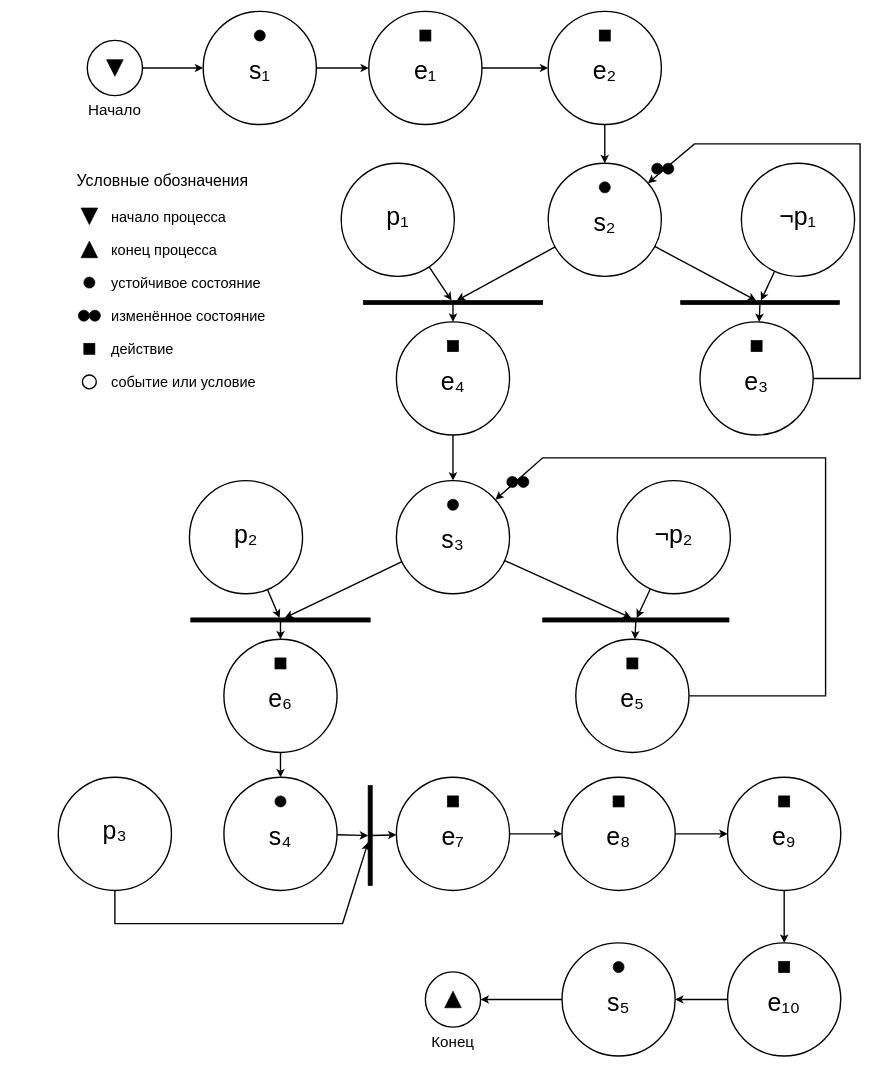
Earlier version of the draw.io diagram page "Краткая сеть" (2 of 2) of task00/petri.drawio (tr1ggered/web-programming). Source tidied: cells renumbered, new cells numbered last; positions are measured from the earlier drawing's top-left corner, leaving out a move shared by most shapes. Both pictures are drawn from the tidied source at 69%, with x=0, y=0 at pixel (11, 11).
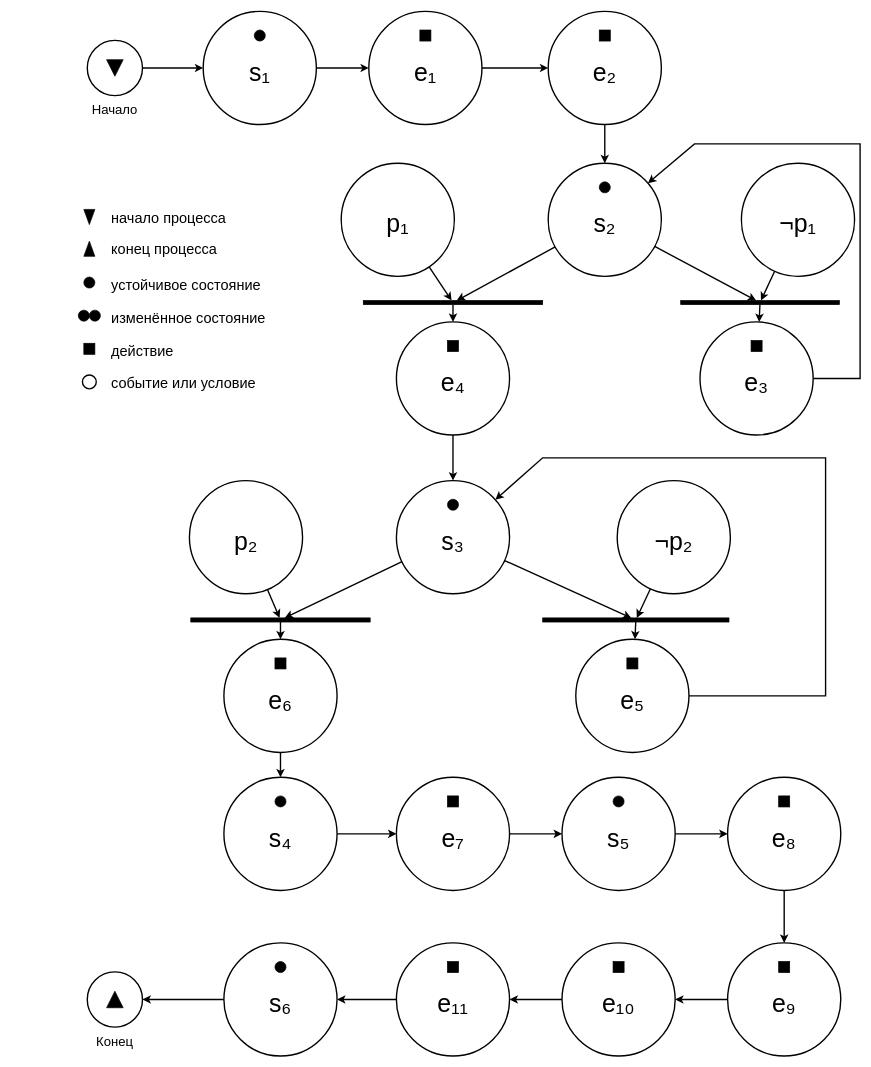
The same diagram, later.

The change refers to these unchanged cells:
```xml
<mxCell id="35" style="ellipse;whiteSpace=wrap;html=0;fillColor=#ffffff;strokeColor=#000000;strokeWidth=2;" parent="1" vertex="1">
  <mxGeometry x="110" y="42" width="80" height="80" as="geometry" />
</mxCell>
<mxCell id="38" style="ellipse;whiteSpace=wrap;html=0;fillColor=#ffffff;strokeColor=#000000;strokeWidth=2;" parent="1" vertex="1">
  <mxGeometry x="278" width="164" height="164" as="geometry" />
</mxCell>
<mxCell id="41" style="ellipse;whiteSpace=wrap;html=0;fillColor=#ffffff;strokeColor=#000000;strokeWidth=2;" parent="1" vertex="1">
  <mxGeometry x="518" width="164" height="164" as="geometry" />
</mxCell>
<mxCell id="44" style="ellipse;whiteSpace=wrap;html=0;fillColor=#ffffff;strokeColor=#000000;strokeWidth=2;" parent="1" vertex="1">
  <mxGeometry x="778" width="164" height="164" as="geometry" />
</mxCell>
<mxCell id="47" style="ellipse;whiteSpace=wrap;html=0;fillColor=#ffffff;strokeColor=#000000;strokeWidth=2;" parent="1" vertex="1">
  <mxGeometry x="778" y="220" width="164" height="164" as="geometry" />
</mxCell>
<mxCell id="50" style="ellipse;whiteSpace=wrap;html=0;fillColor=#ffffff;strokeColor=#000000;strokeWidth=2;" parent="1" vertex="1">
  <mxGeometry x="478" y="220" width="164" height="164" as="geometry" />
</mxCell>
<mxCell id="52" style="ellipse;whiteSpace=wrap;html=0;fillColor=#ffffff;strokeColor=#000000;strokeWidth=2;" parent="1" vertex="1">
  <mxGeometry x="1058" y="220" width="164" height="164" as="geometry" />
</mxCell>
<mxCell id="54" style="ellipse;whiteSpace=wrap;html=0;fillColor=#ffffff;strokeColor=#000000;strokeWidth=2;" parent="1" vertex="1">
  <mxGeometry x="998" y="450" width="164" height="164" as="geometry" />
</mxCell>
<mxCell id="57" style="ellipse;whiteSpace=wrap;html=0;fillColor=#ffffff;strokeColor=#000000;strokeWidth=2;" parent="1" vertex="1">
  <mxGeometry x="558" y="450" width="164" height="164" as="geometry" />
</mxCell>
<mxCell id="60" style="ellipse;whiteSpace=wrap;html=0;fillColor=#ffffff;strokeColor=#000000;strokeWidth=2;" parent="1" vertex="1">
  <mxGeometry x="558" y="680" width="164" height="164" as="geometry" />
</mxCell>
<mxCell id="63" style="ellipse;whiteSpace=wrap;html=0;fillColor=#ffffff;strokeColor=#000000;strokeWidth=2;" parent="1" vertex="1">
  <mxGeometry x="258" y="680" width="164" height="164" as="geometry" />
</mxCell>
<mxCell id="65" style="ellipse;whiteSpace=wrap;html=0;fillColor=#ffffff;strokeColor=#000000;strokeWidth=2;" parent="1" vertex="1">
  <mxGeometry x="878" y="680" width="164" height="164" as="geometry" />
</mxCell>
<mxCell id="67" style="ellipse;whiteSpace=wrap;html=0;fillColor=#ffffff;strokeColor=#000000;strokeWidth=2;" parent="1" vertex="1">
  <mxGeometry x="818" y="910" width="164" height="164" as="geometry" />
</mxCell>
<mxCell id="70" style="ellipse;whiteSpace=wrap;html=0;fillColor=#ffffff;strokeColor=#000000;strokeWidth=2;" parent="1" vertex="1">
  <mxGeometry x="308" y="910" width="164" height="164" as="geometry" />
</mxCell>
<mxCell id="73" style="ellipse;whiteSpace=wrap;html=0;fillColor=#ffffff;strokeColor=#000000;strokeWidth=2;" parent="1" vertex="1">
  <mxGeometry x="308" y="1110" width="164" height="164" as="geometry" />
</mxCell>
<mxCell id="78" style="ellipse;whiteSpace=wrap;html=0;fillColor=#ffffff;strokeColor=#000000;strokeWidth=2;" parent="1" vertex="1">
  <mxGeometry x="558" y="1110" width="164" height="164" as="geometry" />
</mxCell>
```

Diff of the diagram source:
```diff
@@
-    <mxCell id="22" style="edgeStyle=none;rounded=0;html=0;endArrow=classic;endFill=1;strokeColor=#000000;strokeWidth=2;" parent="1" edge="1" source="73" target="34">
+    <mxCell id="22" style="edgeStyle=none;rounded=0;html=0;endArrow=classic;endFill=1;strokeColor=#000000;strokeWidth=2;" parent="1" edge="1" source="73" target="78">
       <mxGeometry relative="1" as="geometry" />
     </mxCell>
-    <mxCell id="23" style="edgeStyle=none;rounded=0;html=0;endArrow=classic;endFill=1;strokeColor=#000000;strokeWidth=2;" parent="1" edge="1" source="76" target="34">
-      <mxGeometry relative="1" as="geometry">
-        <Array as="points">
-          <mxPoint x="150" y="1322" />
-          <mxPoint x="480" y="1322" />
-        </Array>
-      </mxGeometry>
+    <mxCell id="23" style="edgeStyle=none;rounded=0;html=0;endArrow=classic;endFill=1;strokeColor=#000000;strokeWidth=2;" parent="1" edge="1" source="78" target="90">
+      <mxGeometry relative="1" as="geometry" />
     </mxCell>
-    <mxCell id="24" style="edgeStyle=none;rounded=0;html=0;endArrow=classic;endFill=1;strokeColor=#000000;strokeWidth=2;" parent="1" edge="1" source="34" target="78">
+    <mxCell id="24" style="edgeStyle=none;rounded=0;html=0;endArrow=classic;endFill=1;strokeColor=#000000;strokeWidth=2;" parent="1" edge="1" source="90" target="81">
       <mxGeometry relative="1" as="geometry" />
     </mxCell>
-    <mxCell id="25" style="edgeStyle=none;rounded=0;html=0;endArrow=classic;endFill=1;strokeColor=#000000;strokeWidth=2;" parent="1" edge="1" source="78" target="81">
+    <mxCell id="25" style="edgeStyle=none;rounded=0;html=0;endArrow=classic;endFill=1;strokeColor=#000000;strokeWidth=2;" parent="1" edge="1" source="81" target="84">
       <mxGeometry relative="1" as="geometry" />
     </mxCell>
-    <mxCell id="26" style="edgeStyle=none;rounded=0;html=0;endArrow=classic;endFill=1;strokeColor=#000000;strokeWidth=2;" parent="1" edge="1" source="81" target="84">
+    <mxCell id="26" style="edgeStyle=none;rounded=0;html=0;endArrow=classic;endFill=1;strokeColor=#000000;strokeWidth=2;" parent="1" edge="1" source="84" target="87">
       <mxGeometry relative="1" as="geometry" />
     </mxCell>
-    <mxCell id="27" style="edgeStyle=none;rounded=0;html=0;endArrow=classic;endFill=1;strokeColor=#000000;strokeWidth=2;" parent="1" edge="1" source="84" target="87">
+    <mxCell id="27" style="edgeStyle=none;rounded=0;html=0;endArrow=classic;endFill=1;strokeColor=#000000;strokeWidth=2;" parent="1" edge="1" source="87" target="119">
       <mxGeometry relative="1" as="geometry" />
     </mxCell>
-    <mxCell id="28" style="edgeStyle=none;rounded=0;html=0;endArrow=classic;endFill=1;strokeColor=#000000;strokeWidth=2;" parent="1" edge="1" source="87" target="90">
+    <mxCell id="28" style="edgeStyle=none;rounded=0;html=0;endArrow=classic;endFill=1;strokeColor=#000000;strokeWidth=2;" parent="1" edge="1" source="119" target="122">
       <mxGeometry relative="1" as="geometry" />
     </mxCell>
-    <mxCell id="29" style="edgeStyle=none;rounded=0;html=0;endArrow=classic;endFill=1;strokeColor=#000000;strokeWidth=2;" parent="1" edge="1" source="90" target="93">
+    <mxCell id="29" style="edgeStyle=none;rounded=0;html=0;endArrow=classic;endFill=1;strokeColor=#000000;strokeWidth=2;" parent="1" edge="1" source="122" target="93">
       <mxGeometry relative="1" as="geometry" />
     </mxCell>
@@
-    <mxCell id="34" style="fillColor=#000000;strokeColor=#000000;" parent="1" vertex="1">
-      <mxGeometry x="517" y="1122" width="6" height="145" as="geometry" />
-    </mxCell>
@@
-    <mxCell id="37" value="Начало" style="text;html=0;align=center;verticalAlign=middle;fontFamily=Arial;fontSize=22;fontColor=#000000;spacing=0;" parent="35" vertex="1">
+    <mxCell id="37" value="Начало" style="text;html=0;align=center;verticalAlign=middle;fontFamily=Arial;fontSize=19;fontColor=#000000;spacing=0;" parent="35" vertex="1">
       <mxGeometry x="-110" y="85" width="300" height="27.5" as="geometry" />
     </mxCell>
@@
-    <mxCell id="39" style="ellipse;fillColor=#000000;strokeColor=#000000;" parent="38" vertex="1">
-      <mxGeometry x="74" y="27" width="16" height="16" as="geometry" />
-    </mxCell>
+    <mxCell id="114" style="ellipse;fillColor=#000000;strokeColor=#000000;" parent="38" vertex="1">
+      <mxGeometry x="74" y="27" width="16" height="16" as="geometry" />
+    </mxCell>
     <mxCell id="40" value="s₁" style="text;html=0;align=center;verticalAlign=middle;fontFamily=Arial;fontSize=36;fontColor=#000000;spacing=0;" parent="38" vertex="1">
-      <mxGeometry x="-8" y="59" width="180" height="45" as="geometry" />
+      <mxGeometry x="-8" y="72" width="180" height="23.8" as="geometry" />
     </mxCell>
@@
     <mxCell id="43" value="e₁" style="text;html=0;align=center;verticalAlign=middle;fontFamily=Arial;fontSize=36;fontColor=#000000;spacing=0;" parent="41" vertex="1">
-      <mxGeometry x="-8" y="59" width="180" height="45" as="geometry" />
+      <mxGeometry x="-8" y="72" width="180" height="23.8" as="geometry" />
     </mxCell>
@@
     <mxCell id="46" value="e₂" style="text;html=0;align=center;verticalAlign=middle;fontFamily=Arial;fontSize=36;fontColor=#000000;spacing=0;" parent="44" vertex="1">
-      <mxGeometry x="-8" y="59" width="180" height="45" as="geometry" />
+      <mxGeometry x="-8" y="72" width="180" height="23.8" as="geometry" />
     </mxCell>
@@
-    <mxCell id="48" style="ellipse;fillColor=#000000;strokeColor=#000000;" parent="47" vertex="1">
-      <mxGeometry x="74" y="27" width="16" height="16" as="geometry" />
-    </mxCell>
+    <mxCell id="115" style="ellipse;fillColor=#000000;strokeColor=#000000;" parent="47" vertex="1">
+      <mxGeometry x="74" y="27" width="16" height="16" as="geometry" />
+    </mxCell>
     <mxCell id="49" value="s₂" style="text;html=0;align=center;verticalAlign=middle;fontFamily=Arial;fontSize=36;fontColor=#000000;spacing=0;" parent="47" vertex="1">
-      <mxGeometry x="-8" y="59" width="180" height="45" as="geometry" />
+      <mxGeometry x="-8" y="72" width="180" height="23.8" as="geometry" />
     </mxCell>
@@
     <mxCell id="51" value="p₁" style="text;html=0;align=center;verticalAlign=middle;fontFamily=Arial;fontSize=36;fontColor=#000000;spacing=0;" parent="50" vertex="1">
-      <mxGeometry x="-8" y="51" width="180" height="45" as="geometry" />
+      <mxGeometry x="-8" y="72" width="180" height="23.8" as="geometry" />
     </mxCell>
@@
     <mxCell id="53" value="¬p₁" style="text;html=0;align=center;verticalAlign=middle;fontFamily=Arial;fontSize=36;fontColor=#000000;spacing=0;" parent="52" vertex="1">
-      <mxGeometry x="-8" y="51" width="180" height="45" as="geometry" />
+      <mxGeometry x="-8" y="72" width="180" height="23.8" as="geometry" />
     </mxCell>
@@
     <mxCell id="56" value="e₃" style="text;html=0;align=center;verticalAlign=middle;fontFamily=Arial;fontSize=36;fontColor=#000000;spacing=0;" parent="54" vertex="1">
-      <mxGeometry x="-8" y="59" width="180" height="45" as="geometry" />
+      <mxGeometry x="-8" y="72" width="180" height="23.8" as="geometry" />
     </mxCell>
@@
     <mxCell id="59" value="e₄" style="text;html=0;align=center;verticalAlign=middle;fontFamily=Arial;fontSize=36;fontColor=#000000;spacing=0;" parent="57" vertex="1">
-      <mxGeometry x="-8" y="59" width="180" height="45" as="geometry" />
+      <mxGeometry x="-8" y="72" width="180" height="23.8" as="geometry" />
     </mxCell>
@@
-    <mxCell id="61" style="ellipse;fillColor=#000000;strokeColor=#000000;" parent="60" vertex="1">
-      <mxGeometry x="74" y="27" width="16" height="16" as="geometry" />
-    </mxCell>
+    <mxCell id="116" style="ellipse;fillColor=#000000;strokeColor=#000000;" parent="60" vertex="1">
+      <mxGeometry x="74" y="27" width="16" height="16" as="geometry" />
+    </mxCell>
     <mxCell id="62" value="s₃" style="text;html=0;align=center;verticalAlign=middle;fontFamily=Arial;fontSize=36;fontColor=#000000;spacing=0;" parent="60" vertex="1">
-      <mxGeometry x="-8" y="59" width="180" height="45" as="geometry" />
+      <mxGeometry x="-8" y="72" width="180" height="23.8" as="geometry" />
     </mxCell>
@@
     <mxCell id="64" value="p₂" style="text;html=0;align=center;verticalAlign=middle;fontFamily=Arial;fontSize=36;fontColor=#000000;spacing=0;" parent="63" vertex="1">
-      <mxGeometry x="-8" y="51" width="180" height="45" as="geometry" />
+      <mxGeometry x="-8" y="72" width="180" height="23.8" as="geometry" />
     </mxCell>
@@
     <mxCell id="66" value="¬p₂" style="text;html=0;align=center;verticalAlign=middle;fontFamily=Arial;fontSize=36;fontColor=#000000;spacing=0;" parent="65" vertex="1">
-      <mxGeometry x="-8" y="51" width="180" height="45" as="geometry" />
+      <mxGeometry x="-8" y="72" width="180" height="23.8" as="geometry" />
     </mxCell>
@@
     <mxCell id="69" value="e₅" style="text;html=0;align=center;verticalAlign=middle;fontFamily=Arial;fontSize=36;fontColor=#000000;spacing=0;" parent="67" vertex="1">
-      <mxGeometry x="-8" y="59" width="180" height="45" as="geometry" />
+      <mxGeometry x="-8" y="72" width="180" height="23.8" as="geometry" />
     </mxCell>
@@
     <mxCell id="72" value="e₆" style="text;html=0;align=center;verticalAlign=middle;fontFamily=Arial;fontSize=36;fontColor=#000000;spacing=0;" parent="70" vertex="1">
-      <mxGeometry x="-8" y="59" width="180" height="45" as="geometry" />
+      <mxGeometry x="-8" y="72" width="180" height="23.8" as="geometry" />
     </mxCell>
@@
-    <mxCell id="74" style="ellipse;fillColor=#000000;strokeColor=#000000;" parent="73" vertex="1">
-      <mxGeometry x="74" y="27" width="16" height="16" as="geometry" />
-    </mxCell>
+    <mxCell id="117" style="ellipse;fillColor=#000000;strokeColor=#000000;" parent="73" vertex="1">
+      <mxGeometry x="74" y="27" width="16" height="16" as="geometry" />
+    </mxCell>
     <mxCell id="75" value="s₄" style="text;html=0;align=center;verticalAlign=middle;fontFamily=Arial;fontSize=36;fontColor=#000000;spacing=0;" parent="73" vertex="1">
-      <mxGeometry x="-8" y="59" width="180" height="45" as="geometry" />
+      <mxGeometry x="-8" y="72" width="180" height="23.8" as="geometry" />
     </mxCell>
-    <mxCell id="76" style="ellipse;whiteSpace=wrap;html=0;fillColor=#ffffff;strokeColor=#000000;strokeWidth=2;" parent="1" vertex="1">
-      <mxGeometry x="68" y="1110" width="164" height="164" as="geometry" />
-    </mxCell>
-    <mxCell id="77" value="p₃" style="text;html=0;align=center;verticalAlign=middle;fontFamily=Arial;fontSize=36;fontColor=#000000;spacing=0;" parent="76" vertex="1">
-      <mxGeometry x="-8" y="51" width="180" height="45" as="geometry" />
-    </mxCell>
@@
     <mxCell id="80" value="e₇" style="text;html=0;align=center;verticalAlign=middle;fontFamily=Arial;fontSize=36;fontColor=#000000;spacing=0;" parent="78" vertex="1">
-      <mxGeometry x="-8" y="59" width="180" height="45" as="geometry" />
+      <mxGeometry x="-8" y="72" width="180" height="23.8" as="geometry" />
     </mxCell>
+    <mxCell id="90" style="ellipse;whiteSpace=wrap;html=0;fillColor=#ffffff;strokeColor=#000000;strokeWidth=2;" parent="1" vertex="1">
+      <mxGeometry x="798" y="1110" width="164" height="164" as="geometry" />
+    </mxCell>
+    <mxCell id="118" style="ellipse;fillColor=#000000;strokeColor=#000000;" parent="90" vertex="1">
+      <mxGeometry x="74" y="27" width="16" height="16" as="geometry" />
+    </mxCell>
+    <mxCell id="92" value="s₅" style="text;html=0;align=center;verticalAlign=middle;fontFamily=Arial;fontSize=36;fontColor=#000000;spacing=0;" parent="90" vertex="1">
+      <mxGeometry x="-8" y="72" width="180" height="23.8" as="geometry" />
+    </mxCell>
     <mxCell id="81" style="ellipse;whiteSpace=wrap;html=0;fillColor=#ffffff;strokeColor=#000000;strokeWidth=2;" parent="1" vertex="1">
-      <mxGeometry x="798" y="1110" width="164" height="164" as="geometry" />
+      <mxGeometry x="1038" y="1110" width="164" height="164" as="geometry" />
     </mxCell>
@@
     <mxCell id="83" value="e₈" style="text;html=0;align=center;verticalAlign=middle;fontFamily=Arial;fontSize=36;fontColor=#000000;spacing=0;" parent="81" vertex="1">
-      <mxGeometry x="-8" y="59" width="180" height="45" as="geometry" />
+      <mxGeometry x="-8" y="72" width="180" height="23.8" as="geometry" />
     </mxCell>
     <mxCell id="84" style="ellipse;whiteSpace=wrap;html=0;fillColor=#ffffff;strokeColor=#000000;strokeWidth=2;" parent="1" vertex="1">
-      <mxGeometry x="1038" y="1110" width="164" height="164" as="geometry" />
+      <mxGeometry x="1038" y="1350" width="164" height="164" as="geometry" />
     </mxCell>
@@
     <mxCell id="86" value="e₉" style="text;html=0;align=center;verticalAlign=middle;fontFamily=Arial;fontSize=36;fontColor=#000000;spacing=0;" parent="84" vertex="1">
-      <mxGeometry x="-8" y="59" width="180" height="45" as="geometry" />
+      <mxGeometry x="-8" y="72" width="180" height="23.8" as="geometry" />
     </mxCell>
     <mxCell id="87" style="ellipse;whiteSpace=wrap;html=0;fillColor=#ffffff;strokeColor=#000000;strokeWidth=2;" parent="1" vertex="1">
-      <mxGeometry x="1038" y="1350" width="164" height="164" as="geometry" />
+      <mxGeometry x="798" y="1350" width="164" height="164" as="geometry" />
     </mxCell>
@@
     <mxCell id="89" value="e₁₀" style="text;html=0;align=center;verticalAlign=middle;fontFamily=Arial;fontSize=36;fontColor=#000000;spacing=0;" parent="87" vertex="1">
-      <mxGeometry x="-8" y="59" width="180" height="45" as="geometry" />
+      <mxGeometry x="-8" y="72" width="180" height="23.8" as="geometry" />
     </mxCell>
-    <mxCell id="90" style="ellipse;whiteSpace=wrap;html=0;fillColor=#ffffff;strokeColor=#000000;strokeWidth=2;" parent="1" vertex="1">
-      <mxGeometry x="798" y="1350" width="164" height="164" as="geometry" />
-    </mxCell>
-    <mxCell id="91" style="ellipse;fillColor=#000000;strokeColor=#000000;" parent="90" vertex="1">
-      <mxGeometry x="74" y="27" width="16" height="16" as="geometry" />
-    </mxCell>
-    <mxCell id="92" value="s₅" style="text;html=0;align=center;verticalAlign=middle;fontFamily=Arial;fontSize=36;fontColor=#000000;spacing=0;" parent="90" vertex="1">
-      <mxGeometry x="-8" y="59" width="180" height="45" as="geometry" />
-    </mxCell>
+    <mxCell id="119" style="ellipse;whiteSpace=wrap;html=0;fillColor=#ffffff;strokeColor=#000000;strokeWidth=2;" parent="1" vertex="1">
+      <mxGeometry x="558" y="1350" width="164" height="164" as="geometry" />
+    </mxCell>
+    <mxCell id="120" style="fillColor=#000000;strokeColor=#000000;" parent="119" vertex="1">
+      <mxGeometry x="74" y="27" width="16" height="16" as="geometry" />
+    </mxCell>
+    <mxCell id="121" value="e₁₁" style="text;html=0;align=center;verticalAlign=middle;fontFamily=Arial;fontSize=36;fontColor=#000000;spacing=0;" parent="119" vertex="1">
+      <mxGeometry x="-8" y="72" width="180" height="23.8" as="geometry" />
+    </mxCell>
+    <mxCell id="122" style="ellipse;whiteSpace=wrap;html=0;fillColor=#ffffff;strokeColor=#000000;strokeWidth=2;" parent="1" vertex="1">
+      <mxGeometry x="308" y="1350" width="164" height="164" as="geometry" />
+    </mxCell>
+    <mxCell id="123" style="ellipse;fillColor=#000000;strokeColor=#000000;" parent="122" vertex="1">
+      <mxGeometry x="74" y="27" width="16" height="16" as="geometry" />
+    </mxCell>
+    <mxCell id="124" value="s₆" style="text;html=0;align=center;verticalAlign=middle;fontFamily=Arial;fontSize=36;fontColor=#000000;spacing=0;" parent="122" vertex="1">
+      <mxGeometry x="-8" y="72" width="180" height="23.8" as="geometry" />
+    </mxCell>
     <mxCell id="93" style="ellipse;whiteSpace=wrap;html=0;fillColor=#ffffff;strokeColor=#000000;strokeWidth=2;" parent="1" vertex="1">
-      <mxGeometry x="600" y="1392" width="80" height="80" as="geometry" />
+      <mxGeometry x="110" y="1392" width="80" height="80" as="geometry" />
     </mxCell>
@@
-    <mxCell id="95" value="Конец" style="text;html=0;align=center;verticalAlign=middle;fontFamily=Arial;fontSize=22;fontColor=#000000;spacing=0;" parent="93" vertex="1">
+    <mxCell id="95" value="Конец" style="text;html=0;align=center;verticalAlign=middle;fontFamily=Arial;fontSize=19;fontColor=#000000;spacing=0;" parent="93" vertex="1">
       <mxGeometry x="-110" y="85" width="300" height="27.5" as="geometry" />
     </mxCell>
-    <mxCell id="96" style="ellipse;fillColor=#000000;strokeColor=#000000;" parent="1" vertex="1">
-      <mxGeometry x="928" y="220" width="16" height="16" as="geometry" />
-    </mxCell>
-    <mxCell id="97" style="ellipse;fillColor=#000000;strokeColor=#000000;" parent="1" vertex="1">
-      <mxGeometry x="944" y="220" width="16" height="16" as="geometry" />
-    </mxCell>
-    <mxCell id="98" style="ellipse;fillColor=#000000;strokeColor=#000000;" parent="1" vertex="1">
-      <mxGeometry x="718" y="674" width="16" height="16" as="geometry" />
-    </mxCell>
-    <mxCell id="99" style="ellipse;fillColor=#000000;strokeColor=#000000;" parent="1" vertex="1">
-      <mxGeometry x="734" y="674" width="16" height="16" as="geometry" />
-    </mxCell>
-    <mxCell id="100" value="Условные обозначения" style="text;html=0;align=left;verticalAlign=middle;fontFamily=Arial;fontSize=23;fontColor=#000000;spacing=0;" parent="1" vertex="1">
-      <mxGeometry x="95" y="229" width="350" height="28.8" as="geometry" />
-    </mxCell>
-    <mxCell id="101" style="triangle;direction=south;fillColor=#000000;strokeColor=#000000;" parent="1" vertex="1">
-      <mxGeometry x="101" y="285" width="24" height="24" as="geometry" />
-    </mxCell>
+    <mxCell id="125" style="triangle;direction=south;fillColor=#000000;strokeColor=#000000;" parent="1" vertex="1">
+      <mxGeometry x="105" y="287" width="16" height="22" as="geometry" />
+    </mxCell>
     <mxCell id="102" value="начало процесса" style="text;html=0;align=left;verticalAlign=middle;fontFamily=Arial;fontSize=21;fontColor=#000000;spacing=0;" parent="1" vertex="1">
-      <mxGeometry x="145" y="283" width="340" height="26.2" as="geometry" />
+      <mxGeometry x="145" y="285" width="260" height="24" as="geometry" />
     </mxCell>
-    <mxCell id="103" style="triangle;direction=north;fillColor=#000000;strokeColor=#000000;" parent="1" vertex="1">
-      <mxGeometry x="101" y="333" width="24" height="24" as="geometry" />
-    </mxCell>
+    <mxCell id="126" style="triangle;direction=north;fillColor=#000000;strokeColor=#000000;" parent="1" vertex="1">
+      <mxGeometry x="105" y="333" width="16" height="22" as="geometry" />
+    </mxCell>
     <mxCell id="104" value="конец процесса" style="text;html=0;align=left;verticalAlign=middle;fontFamily=Arial;fontSize=21;fontColor=#000000;spacing=0;" parent="1" vertex="1">
-      <mxGeometry x="145" y="331" width="340" height="26.2" as="geometry" />
+      <mxGeometry x="145" y="331" width="260" height="24" as="geometry" />
     </mxCell>
@@
     <mxCell id="106" value="устойчивое состояние" style="text;html=0;align=left;verticalAlign=middle;fontFamily=Arial;fontSize=21;fontColor=#000000;spacing=0;" parent="1" vertex="1">
-      <mxGeometry x="145" y="379" width="340" height="26.2" as="geometry" />
+      <mxGeometry x="145" y="383" width="260" height="24" as="geometry" />
     </mxCell>
@@
     <mxCell id="109" value="изменённое состояние" style="text;html=0;align=left;verticalAlign=middle;fontFamily=Arial;fontSize=21;fontColor=#000000;spacing=0;" parent="1" vertex="1">
-      <mxGeometry x="145" y="427" width="340" height="26.2" as="geometry" />
+      <mxGeometry x="145" y="431" width="260" height="24" as="geometry" />
     </mxCell>
@@
     <mxCell id="111" value="действие" style="text;html=0;align=left;verticalAlign=middle;fontFamily=Arial;fontSize=21;fontColor=#000000;spacing=0;" parent="1" vertex="1">
-      <mxGeometry x="145" y="475" width="340" height="26.2" as="geometry" />
+      <mxGeometry x="145" y="479" width="260" height="24" as="geometry" />
     </mxCell>
@@
     <mxCell id="113" value="событие или условие" style="text;html=0;align=left;verticalAlign=middle;fontFamily=Arial;fontSize=21;fontColor=#000000;spacing=0;" parent="1" vertex="1">
-      <mxGeometry x="145" y="523" width="340" height="26.2" as="geometry" />
+      <mxGeometry x="145" y="525" width="260" height="24" as="geometry" />
     </mxCell>
```
